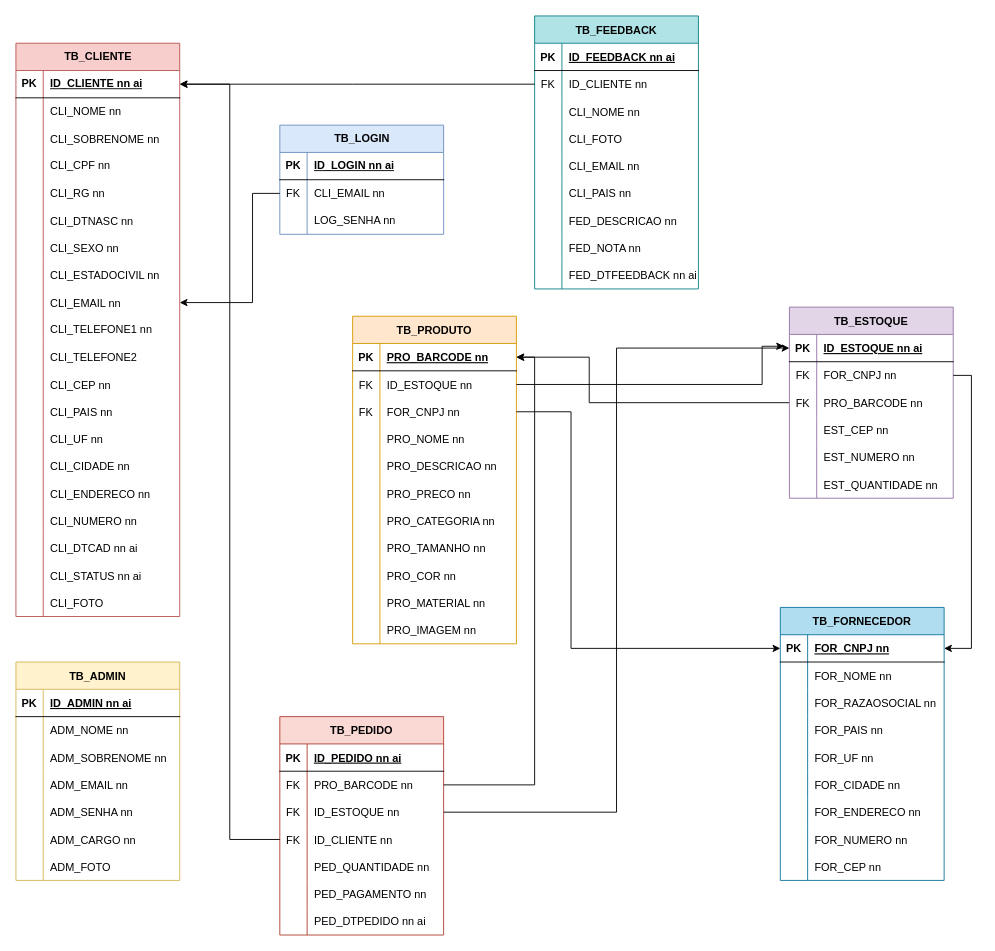
The draw.io diagram Desenvolvimento/Diagrama.drawio in saintplis/TCC-Copperton, before the edit. Source tidied: cells renumbered, new cells numbered last; positions are measured from the earlier drawing's top-left corner, leaving out a move shared by most shapes. Both pictures are drawn from the tidied source at 91%, with x=0, y=0 at pixel (15, 15).
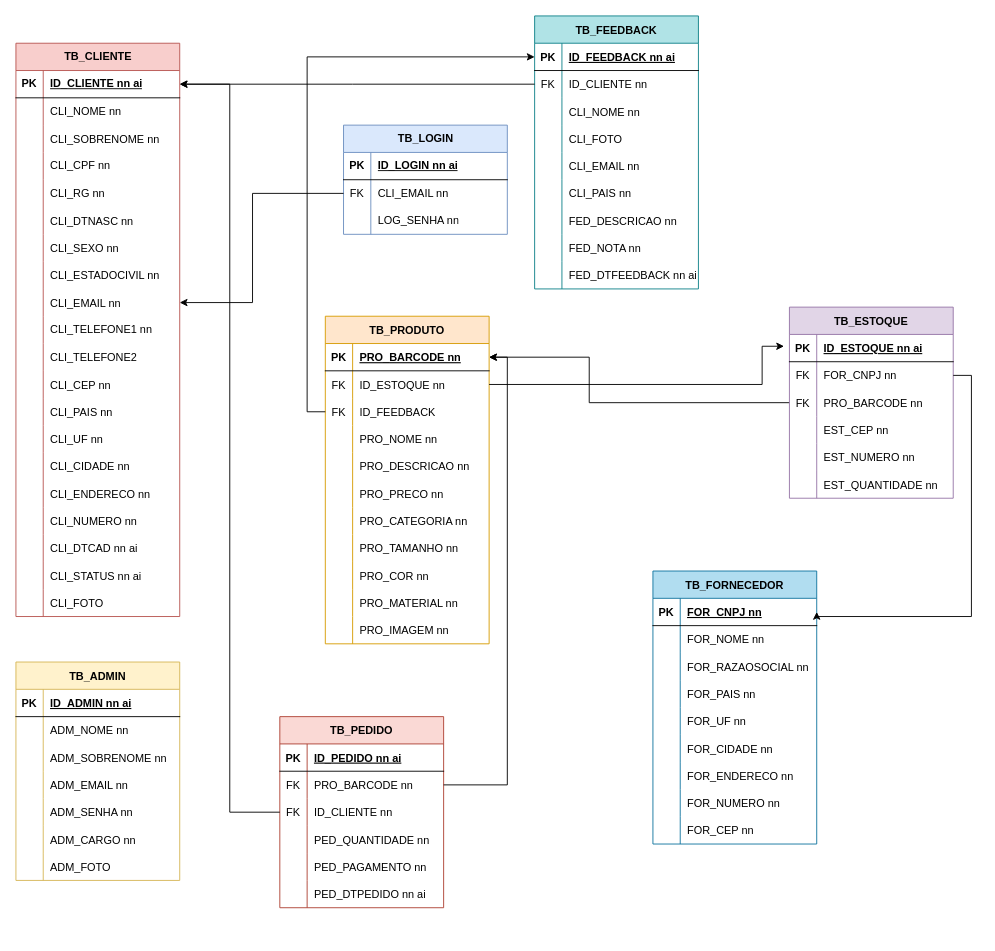
Above is the later version.

Commit message:
Beta - Diagrama 4.0

The change refers to these unchanged cells:
```xml
<mxCell id="118" style="shape=tableRow;horizontal=0;startSize=0;swimlaneHead=0;swimlaneBody=0;fillColor=none;points=[[0,0.5],[1,0.5]];portConstraint=eastwest;top=0;left=0;right=0;bottom=1;" parent="117" vertex="1">
  <mxGeometry y="30" width="180" height="30" as="geometry" />
</mxCell>
<mxCell id="146" style="shape=tableRow;horizontal=0;startSize=0;swimlaneHead=0;swimlaneBody=0;fillColor=none;points=[[0,0.5],[1,0.5]];portConstraint=eastwest;top=0;left=0;right=0;bottom=1;" parent="145" vertex="1">
  <mxGeometry y="30" width="180" height="30" as="geometry" />
</mxCell>
<mxCell id="213" style="shape=tableRow;horizontal=0;startSize=0;swimlaneHead=0;swimlaneBody=0;fillColor=none;points=[[0,0.5],[1,0.5]];portConstraint=eastwest;top=0;left=0;right=0;bottom=1;" parent="212" vertex="1">
  <mxGeometry y="30" width="180" height="30" as="geometry" />
</mxCell>
<mxCell id="216" style="shape=tableRow;horizontal=0;startSize=0;swimlaneHead=0;swimlaneBody=0;fillColor=none;points=[[0,0.5],[1,0.5]];portConstraint=eastwest;top=0;left=0;right=0;bottom=0;" parent="212" vertex="1">
  <mxGeometry y="60" width="180" height="30" as="geometry" />
</mxCell>
```

Change to the diagram source:
```diff
@@
     <mxCell id="63" value="TB_LOGIN" style="shape=table;startSize=30;childLayout=tableLayout;rowLines=0;fontStyle=1;align=center;html=1;fillColor=#dae8fc;strokeColor=#6c8ebf;" parent="1" vertex="1">
-      <mxGeometry x="290" y="120" width="180" height="120" as="geometry" />
+      <mxGeometry x="360" y="120" width="180" height="120" as="geometry" />
     </mxCell>
@@
     <mxCell id="95" value="TB_PEDIDO" style="shape=table;startSize=30;childLayout=tableLayout;rowLines=0;fontStyle=1;align=center;fillColor=#fad9d5;strokeColor=#ae4132;" parent="1" vertex="1">
-      <mxGeometry x="290" y="770" width="180" height="240" as="geometry" />
+      <mxGeometry x="290" y="770" width="180" height="210" as="geometry" />
     </mxCell>
@@
-    <mxCell id="102" style="shape=tableRow;horizontal=0;startSize=0;swimlaneHead=0;swimlaneBody=0;fillColor=none;points=[[0,0.5],[1,0.5]];portConstraint=eastwest;top=0;left=0;right=0;bottom=0;" parent="95" vertex="1">
-      <mxGeometry y="90" width="180" height="30" as="geometry" />
-    </mxCell>
-    <mxCell id="103" value="FK" style="shape=partialRectangle;fillColor=none;top=0;left=0;bottom=0;right=0;overflow=hidden;" parent="102" vertex="1">
-      <mxGeometry width="30" height="30" as="geometry" />
-    </mxCell>
-    <mxCell id="104" value="ID_ESTOQUE nn" style="shape=partialRectangle;fillColor=none;top=0;left=0;bottom=0;right=0;align=left;spacingLeft=6;overflow=hidden;" parent="102" vertex="1">
-      <mxGeometry x="30" width="150" height="30" as="geometry" />
-    </mxCell>
     <mxCell id="105" style="shape=tableRow;horizontal=0;startSize=0;swimlaneHead=0;swimlaneBody=0;fillColor=none;points=[[0,0.5],[1,0.5]];portConstraint=eastwest;top=0;left=0;right=0;bottom=0;" parent="95" vertex="1">
-      <mxGeometry y="120" width="180" height="30" as="geometry" />
+      <mxGeometry y="90" width="180" height="30" as="geometry" />
     </mxCell>
@@
     <mxCell id="108" style="shape=tableRow;horizontal=0;startSize=0;swimlaneHead=0;swimlaneBody=0;fillColor=none;top=0;left=0;right=0;bottom=0;" parent="95" vertex="1">
-      <mxGeometry y="150" width="180" height="30" as="geometry" />
+      <mxGeometry y="120" width="180" height="30" as="geometry" />
     </mxCell>
@@
     <mxCell id="111" style="shape=tableRow;horizontal=0;startSize=0;swimlaneHead=0;swimlaneBody=0;fillColor=none;top=0;left=0;right=0;bottom=0;" parent="95" vertex="1">
-      <mxGeometry y="180" width="180" height="30" as="geometry" />
+      <mxGeometry y="150" width="180" height="30" as="geometry" />
     </mxCell>
@@
     <mxCell id="114" style="shape=tableRow;horizontal=0;startSize=0;swimlaneHead=0;swimlaneBody=0;fillColor=none;top=0;left=0;right=0;bottom=0;" parent="95" vertex="1">
-      <mxGeometry y="210" width="180" height="30" as="geometry" />
+      <mxGeometry y="180" width="180" height="30" as="geometry" />
     </mxCell>
@@
     <mxCell id="145" value="TB_FORNECEDOR" style="shape=table;startSize=30;childLayout=tableLayout;rowLines=0;fontStyle=1;align=center;fillColor=#b1ddf0;strokeColor=#10739e;" parent="1" vertex="1">
-      <mxGeometry x="840" y="650" width="180" height="300" as="geometry" />
+      <mxGeometry x="700" y="610" width="180" height="300" as="geometry" />
     </mxCell>
@@
     <mxCell id="173" value="TB_PRODUTO" style="shape=table;startSize=30;childLayout=tableLayout;rowLines=0;fontStyle=1;align=center;fillColor=#ffe6cc;strokeColor=#d79b00;" parent="1" vertex="1">
-      <mxGeometry x="370" y="330" width="180" height="360" as="geometry" />
+      <mxGeometry x="340" y="330" width="180" height="360" as="geometry" />
     </mxCell>
@@
-    <mxCell id="180" style="shape=tableRow;horizontal=0;startSize=0;swimlaneHead=0;swimlaneBody=0;fillColor=none;points=[[0,0.5],[1,0.5]];portConstraint=eastwest;top=0;left=0;right=0;bottom=0;" parent="173" vertex="1">
-      <mxGeometry y="90" width="180" height="30" as="geometry" />
-    </mxCell>
-    <mxCell id="181" value="FK" style="shape=partialRectangle;fillColor=none;top=0;left=0;bottom=0;right=0;overflow=hidden;" parent="180" vertex="1">
-      <mxGeometry width="30" height="30" as="geometry" />
-    </mxCell>
-    <mxCell id="182" value="FOR_CNPJ nn" style="shape=partialRectangle;fillColor=none;top=0;left=0;bottom=0;right=0;align=left;spacingLeft=6;overflow=hidden;" parent="180" vertex="1">
-      <mxGeometry x="30" width="150" height="30" as="geometry" />
-    </mxCell>
+    <mxCell id="235" style="shape=tableRow;horizontal=0;startSize=0;swimlaneHead=0;swimlaneBody=0;fillColor=none;points=[[0,0.5],[1,0.5]];portConstraint=eastwest;top=0;left=0;right=0;bottom=0;" parent="173" vertex="1">
+      <mxGeometry y="90" width="180" height="30" as="geometry" />
+    </mxCell>
+    <mxCell id="236" value="FK" style="shape=partialRectangle;fillColor=none;top=0;left=0;bottom=0;right=0;overflow=hidden;" parent="235" vertex="1">
+      <mxGeometry width="30" height="30" as="geometry" />
+    </mxCell>
+    <mxCell id="237" value="ID_FEEDBACK" style="shape=partialRectangle;fillColor=none;top=0;left=0;bottom=0;right=0;align=left;spacingLeft=6;overflow=hidden;" parent="235" vertex="1">
+      <mxGeometry x="30" width="150" height="30" as="geometry" />
+    </mxCell>
@@
-    <mxCell id="208" style="edgeStyle=orthogonalEdgeStyle;rounded=0;jettySize=auto;html=1;entryX=0;entryY=0.5;entryDx=0;entryDy=0;" parent="1" edge="1" source="180" target="146">
-      <mxGeometry relative="1" as="geometry">
-        <Array as="points">
-          <mxPoint x="610" y="435" />
-          <mxPoint x="610" y="695" />
-        </Array>
-      </mxGeometry>
-    </mxCell>
@@
-    <mxCell id="210" style="edgeStyle=orthogonalEdgeStyle;rounded=0;jettySize=auto;html=1;entryX=0;entryY=0.5;entryDx=0;entryDy=0;" parent="1" edge="1" source="102" target="213">
-      <mxGeometry relative="1" as="geometry" />
-    </mxCell>
@@
     <mxCell id="232" style="edgeStyle=orthogonalEdgeStyle;rounded=0;jettySize=auto;html=1;entryX=1;entryY=0.5;entryDx=0;entryDy=0;" parent="1" edge="1" source="216" target="146">
       <mxGeometry relative="1" as="geometry">
         <Array as="points">
           <mxPoint x="1050" y="395" />
-          <mxPoint x="1050" y="695" />
+          <mxPoint x="1050" y="660" />
+          <mxPoint x="880" y="660" />
         </Array>
       </mxGeometry>
     </mxCell>
@@
+    <mxCell id="238" style="edgeStyle=orthogonalEdgeStyle;rounded=0;jettySize=auto;html=1;exitX=0;exitY=0.5;exitDx=0;exitDy=0;entryX=0;entryY=0.5;entryDx=0;entryDy=0;" parent="1" edge="1" source="235" target="118">
+      <mxGeometry relative="1" as="geometry" />
+    </mxCell>
```
